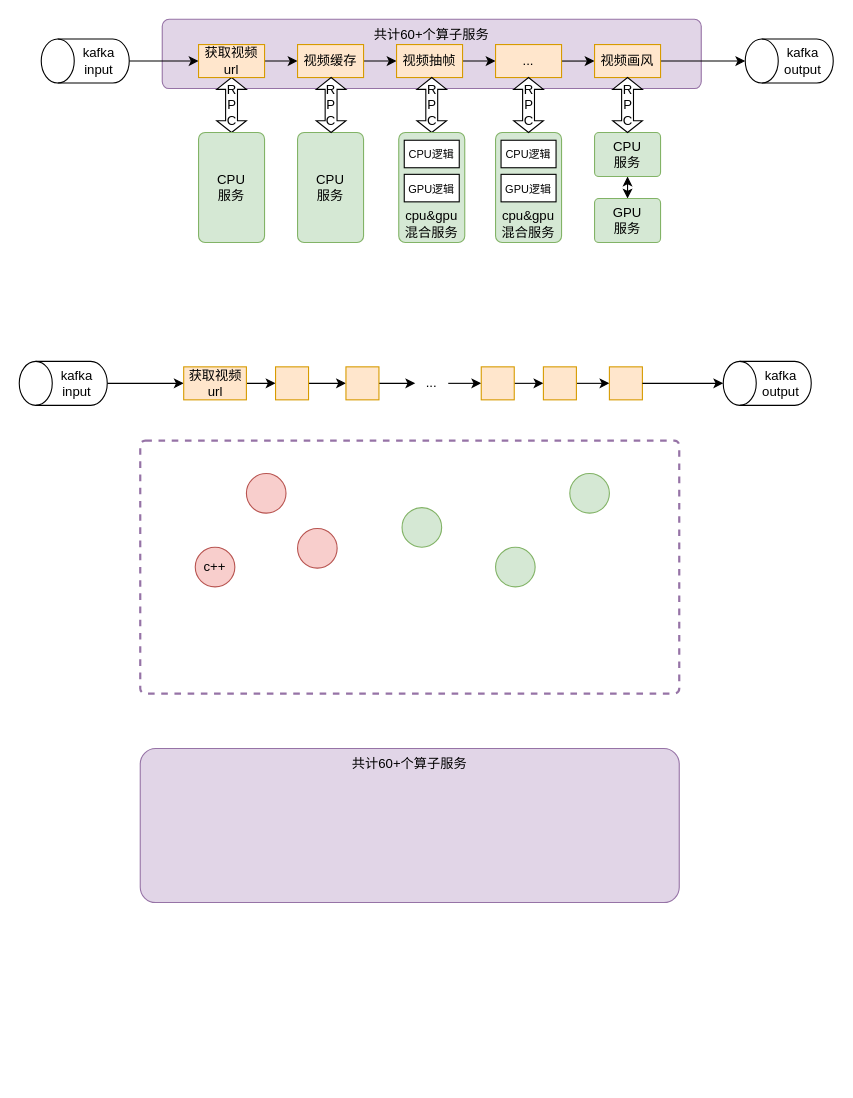
yantao006/draw_io keeps this draw.io diagram as page "第 6 页" (6 of 7) of 视频理解架构.drawio. Above is the earlier version. Source tidied: cells renumbered, new cells numbered last; positions are measured from the earlier drawing's top-left corner, leaving out a move shared by most shapes. Both pictures are drawn from the tidied source at 110%, with x=0, y=0 at pixel (19, 19).
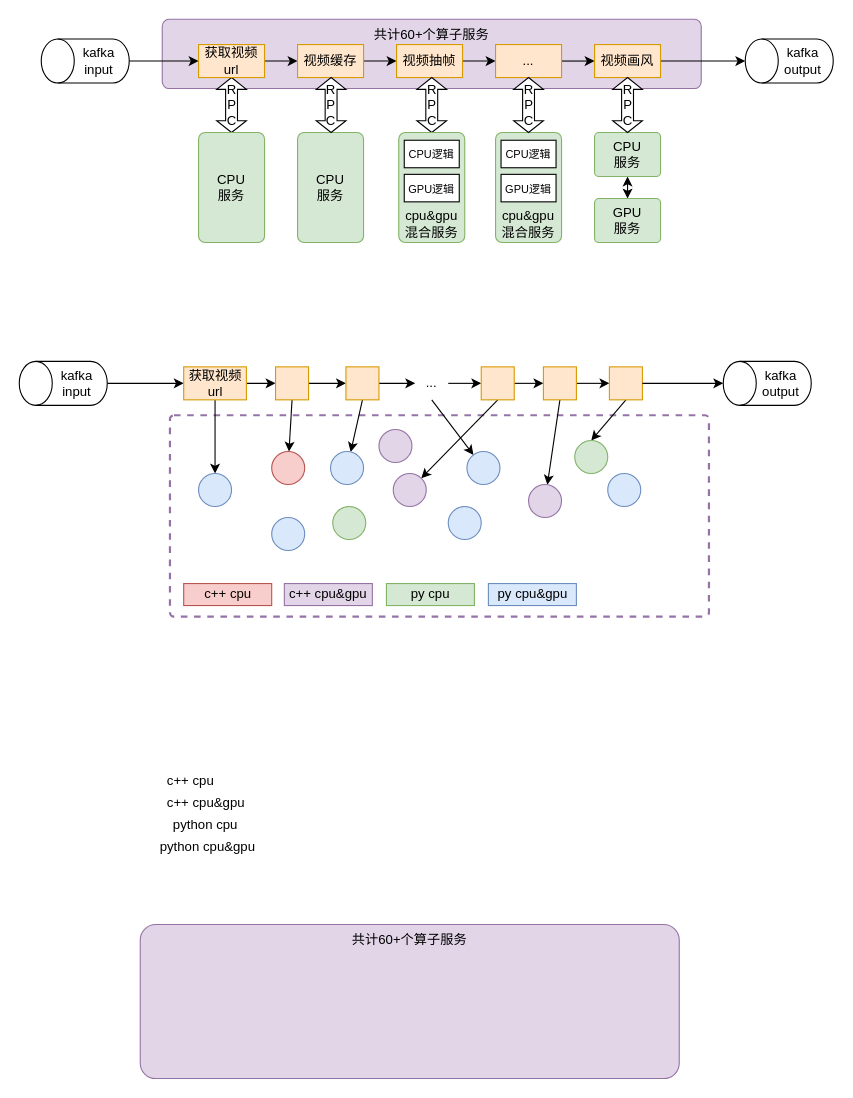
After the change.

Commit message:
更新视频理解架构.drawio

Unchanged cells that the change refers to:
```xml
<mxCell id="39" value="获取视频url" style="rounded=0;whiteSpace=wrap;html=1;fillColor=#ffe6cc;strokeColor=#d79b00;" parent="1" vertex="1">
  <mxGeometry x="149.5" y="316" width="57" height="30" as="geometry" />
</mxCell>
<mxCell id="41" style="rounded=0;whiteSpace=wrap;html=1;fillColor=#ffe6cc;strokeColor=#d79b00;" parent="1" vertex="1">
  <mxGeometry x="233" y="316" width="30" height="30" as="geometry" />
</mxCell>
<mxCell id="43" style="rounded=0;whiteSpace=wrap;html=1;fillColor=#ffe6cc;strokeColor=#d79b00;" parent="1" vertex="1">
  <mxGeometry x="297" y="316" width="30" height="30" as="geometry" />
</mxCell>
<mxCell id="45" value="..." style="rounded=0;whiteSpace=wrap;html=1;fillColor=none;strokeColor=none;" parent="1" vertex="1">
  <mxGeometry x="360" y="316" width="30" height="30" as="geometry" />
</mxCell>
<mxCell id="47" style="rounded=0;whiteSpace=wrap;html=1;fillColor=#ffe6cc;strokeColor=#d79b00;" parent="1" vertex="1">
  <mxGeometry x="420" y="316" width="30" height="30" as="geometry" />
</mxCell>
<mxCell id="50" style="rounded=0;whiteSpace=wrap;html=1;fillColor=#ffe6cc;strokeColor=#d79b00;" parent="1" vertex="1">
  <mxGeometry x="476.5" y="316" width="30" height="30" as="geometry" />
</mxCell>
<mxCell id="51" style="rounded=0;whiteSpace=wrap;html=1;fillColor=#ffe6cc;strokeColor=#d79b00;" parent="1" vertex="1">
  <mxGeometry x="536.5" y="316" width="30" height="30" as="geometry" />
</mxCell>
```

The edit, as a diff of the source:
```diff
@@
+    <mxCell id="48" style="rounded=1;whiteSpace=wrap;html=1;arcSize=2;fillColor=default;strokeColor=#9673a6;verticalAlign=top;dashed=1;strokeWidth=2;" parent="1" vertex="1">
+      <mxGeometry x="137" y="360" width="490" height="183" as="geometry" />
+    </mxCell>
@@
     <mxCell id="34" value="共计60+个算子服务" style="rounded=1;whiteSpace=wrap;html=1;arcSize=10;fillColor=#e1d5e7;strokeColor=#9673a6;verticalAlign=top;" parent="1" vertex="1">
-      <mxGeometry x="110" y="663" width="490" height="140" as="geometry" />
+      <mxGeometry x="110" y="823" width="490" height="140" as="geometry" />
     </mxCell>
@@
+    <mxCell id="59" style="edgeStyle=orthogonalEdgeStyle;rounded=0;jettySize=auto;html=1;exitX=0.5;exitY=1;exitDx=0;exitDy=0;" parent="1" edge="1" source="39" target="77">
+      <mxGeometry relative="1" as="geometry" />
+    </mxCell>
@@
+    <mxCell id="60" style="rounded=0;jettySize=auto;html=1;exitX=0.5;exitY=1;exitDx=0;exitDy=0;" parent="1" edge="1" source="41" target="53">
+      <mxGeometry relative="1" as="geometry" />
+    </mxCell>
@@
+    <mxCell id="61" style="rounded=0;jettySize=auto;html=1;exitX=0.5;exitY=1;exitDx=0;exitDy=0;" parent="1" edge="1" source="43" target="76">
+      <mxGeometry relative="1" as="geometry" />
+    </mxCell>
@@
+    <mxCell id="62" style="rounded=0;jettySize=auto;html=1;exitX=0.5;exitY=1;exitDx=0;exitDy=0;" parent="1" edge="1" source="45" target="58">
+      <mxGeometry relative="1" as="geometry" />
+    </mxCell>
@@
+    <mxCell id="63" style="rounded=0;jettySize=auto;html=1;exitX=0.5;exitY=1;exitDx=0;exitDy=0;" parent="1" edge="1" source="47" target="79">
+      <mxGeometry relative="1" as="geometry" />
+    </mxCell>
@@
-    <mxCell id="48" style="rounded=1;whiteSpace=wrap;html=1;arcSize=2;fillColor=default;strokeColor=#9673a6;verticalAlign=top;dashed=1;strokeWidth=2;" parent="1" vertex="1">
-      <mxGeometry x="110" y="383" width="490" height="230" as="geometry" />
-    </mxCell>
@@
+    <mxCell id="64" style="rounded=0;jettySize=auto;html=1;exitX=0.5;exitY=1;exitDx=0;exitDy=0;" parent="1" edge="1" source="50" target="56">
+      <mxGeometry relative="1" as="geometry" />
+    </mxCell>
@@
+    <mxCell id="65" style="rounded=0;jettySize=auto;html=1;exitX=0.5;exitY=1;exitDx=0;exitDy=0;entryX=0.5;entryY=0;entryDx=0;entryDy=0;" parent="1" edge="1" source="51" target="81">
+      <mxGeometry relative="1" as="geometry" />
+    </mxCell>
@@
     <mxCell id="53" style="ellipse;whiteSpace=wrap;html=1;fillColor=#f8cecc;strokeColor=#b85450;" parent="1" vertex="1">
-      <mxGeometry x="206.5" y="413" width="36" height="36" as="geometry" />
+      <mxGeometry x="229.5" y="393" width="30" height="30" as="geometry" />
     </mxCell>
-    <mxCell id="54" value="c++" style="ellipse;whiteSpace=wrap;html=1;fillColor=#f8cecc;strokeColor=#b85450;" parent="1" vertex="1">
-      <mxGeometry x="160" y="480" width="36" height="36" as="geometry" />
-    </mxCell>
-    <mxCell id="55" style="ellipse;whiteSpace=wrap;html=1;fillColor=#f8cecc;strokeColor=#b85450;" parent="1" vertex="1">
-      <mxGeometry x="253" y="463" width="36" height="36" as="geometry" />
-    </mxCell>
-    <mxCell id="56" style="ellipse;whiteSpace=wrap;html=1;fillColor=#d5e8d4;strokeColor=#82b366;" parent="1" vertex="1">
-      <mxGeometry x="348" y="444" width="36" height="36" as="geometry" />
+    <mxCell id="56" style="ellipse;whiteSpace=wrap;html=1;fillColor=#e1d5e7;strokeColor=#9673a6;" parent="1" vertex="1">
+      <mxGeometry x="463" y="423" width="30" height="30" as="geometry" />
     </mxCell>
     <mxCell id="57" style="ellipse;whiteSpace=wrap;html=1;fillColor=#d5e8d4;strokeColor=#82b366;" parent="1" vertex="1">
-      <mxGeometry x="433" y="480" width="36" height="36" as="geometry" />
+      <mxGeometry x="285" y="443" width="30" height="30" as="geometry" />
     </mxCell>
-    <mxCell id="58" style="ellipse;whiteSpace=wrap;html=1;fillColor=#d5e8d4;strokeColor=#82b366;" parent="1" vertex="1">
-      <mxGeometry x="500.5" y="413" width="36" height="36" as="geometry" />
+    <mxCell id="58" style="ellipse;whiteSpace=wrap;html=1;fillColor=#dae8fc;strokeColor=#6c8ebf;" parent="1" vertex="1">
+      <mxGeometry x="407" y="393" width="30" height="30" as="geometry" />
     </mxCell>
+    <mxCell id="66" value="c++ cpu" style="rounded=0;whiteSpace=wrap;html=1;fillColor=#f8cecc;strokeColor=#b85450;" parent="1" vertex="1">
+      <mxGeometry x="149.5" y="513" width="80" height="20" as="geometry" />
+    </mxCell>
+    <mxCell id="67" value="c++ cpu&amp;amp;gpu" style="rounded=0;whiteSpace=wrap;html=1;fillColor=#e1d5e7;strokeColor=#9673a6;" parent="1" vertex="1">
+      <mxGeometry x="241" y="513" width="80" height="20" as="geometry" />
+    </mxCell>
+    <mxCell id="68" value="py cpu" style="rounded=0;whiteSpace=wrap;html=1;fillColor=#d5e8d4;strokeColor=#82b366;" parent="1" vertex="1">
+      <mxGeometry x="333.8" y="513" width="80" height="20" as="geometry" />
+    </mxCell>
+    <mxCell id="69" value="py cpu&amp;amp;gpu" style="rounded=0;whiteSpace=wrap;html=1;fillColor=#dae8fc;strokeColor=#6c8ebf;" parent="1" vertex="1">
+      <mxGeometry x="426.5" y="513" width="80" height="20" as="geometry" />
+    </mxCell>
+    <mxCell id="70" value="c++ cpu" style="text;html=1;align=center;verticalAlign=middle;whiteSpace=wrap;rounded=0;" parent="1" vertex="1">
+      <mxGeometry x="129.2" y="683" width="53.5" height="20" as="geometry" />
+    </mxCell>
+    <mxCell id="71" value="c++ cpu&amp;amp;gpu" style="text;html=1;align=center;verticalAlign=middle;whiteSpace=wrap;rounded=0;" parent="1" vertex="1">
+      <mxGeometry x="123.2" y="703" width="93.5" height="20" as="geometry" />
+    </mxCell>
+    <mxCell id="72" value="python cpu" style="text;html=1;align=center;verticalAlign=middle;whiteSpace=wrap;rounded=0;" parent="1" vertex="1">
+      <mxGeometry x="137" y="723" width="65" height="20" as="geometry" />
+    </mxCell>
+    <mxCell id="73" value="python cpu&amp;amp;gpu" style="text;html=1;align=center;verticalAlign=middle;whiteSpace=wrap;rounded=0;" parent="1" vertex="1">
+      <mxGeometry x="126.2" y="743" width="90.5" height="20" as="geometry" />
+    </mxCell>
+    <mxCell id="74" style="ellipse;whiteSpace=wrap;html=1;fillColor=#dae8fc;strokeColor=#6c8ebf;" parent="1" vertex="1">
+      <mxGeometry x="229.5" y="453" width="30" height="30" as="geometry" />
+    </mxCell>
+    <mxCell id="75" style="ellipse;whiteSpace=wrap;html=1;fillColor=#dae8fc;strokeColor=#6c8ebf;" parent="1" vertex="1">
+      <mxGeometry x="535" y="413" width="30" height="30" as="geometry" />
+    </mxCell>
+    <mxCell id="76" style="ellipse;whiteSpace=wrap;html=1;fillColor=#dae8fc;strokeColor=#6c8ebf;" parent="1" vertex="1">
+      <mxGeometry x="283" y="393" width="30" height="30" as="geometry" />
+    </mxCell>
+    <mxCell id="77" style="ellipse;whiteSpace=wrap;html=1;fillColor=#dae8fc;strokeColor=#6c8ebf;" parent="1" vertex="1">
+      <mxGeometry x="163" y="413" width="30" height="30" as="geometry" />
+    </mxCell>
+    <mxCell id="78" style="ellipse;whiteSpace=wrap;html=1;fillColor=#dae8fc;strokeColor=#6c8ebf;" parent="1" vertex="1">
+      <mxGeometry x="390" y="443" width="30" height="30" as="geometry" />
+    </mxCell>
+    <mxCell id="79" style="ellipse;whiteSpace=wrap;html=1;fillColor=#e1d5e7;strokeColor=#9673a6;" parent="1" vertex="1">
+      <mxGeometry x="340" y="413" width="30" height="30" as="geometry" />
+    </mxCell>
+    <mxCell id="80" style="ellipse;whiteSpace=wrap;html=1;fillColor=#e1d5e7;strokeColor=#9673a6;" parent="1" vertex="1">
+      <mxGeometry x="327" y="373" width="30" height="30" as="geometry" />
+    </mxCell>
+    <mxCell id="81" style="ellipse;whiteSpace=wrap;html=1;fillColor=#d5e8d4;strokeColor=#82b366;" parent="1" vertex="1">
+      <mxGeometry x="505" y="383" width="30" height="30" as="geometry" />
+    </mxCell>
```
